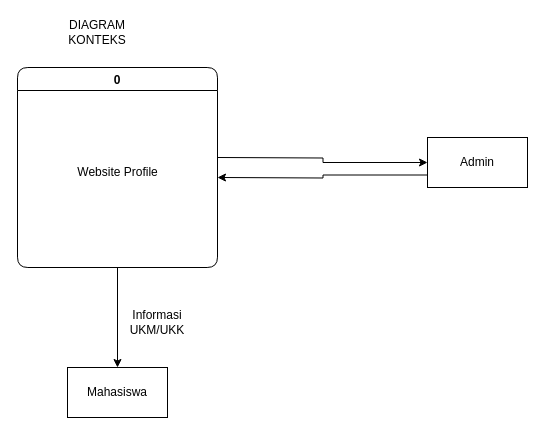
Above: dfd.drawio in Zaincode99/crud_data (draw.io), before the change. Source tidied: cells renumbered, new cells numbered last; positions are measured from the earlier drawing's top-left corner, leaving out a move shared by most shapes. Both pictures are drawn from the tidied source at 100%, with x=0, y=0 at pixel (17, 17).
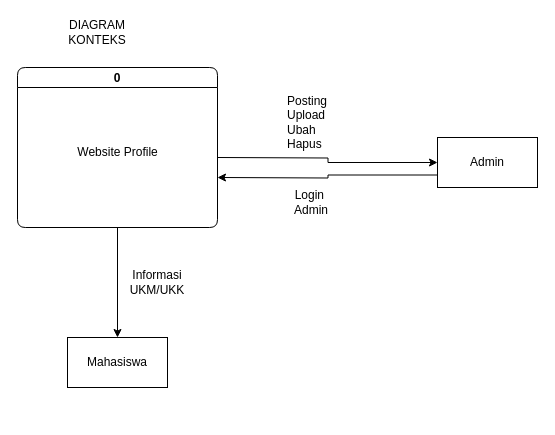
After the change.

Diff of the diagram source:
```diff
@@
 <mxGraphModel>
   <root>
     <mxCell id="0" />
     <mxCell id="1" parent="0" />
     <mxCell id="2" value="DIAGRAM KONTEKS" style="text;html=1;strokeColor=none;fillColor=none;align=center;verticalAlign=middle;whiteSpace=wrap;rounded=0;" parent="1" vertex="1">
       <mxGeometry x="50" width="60" height="30" as="geometry" />
     </mxCell>
     <mxCell id="3" style="edgeStyle=orthogonalEdgeStyle;rounded=0;jettySize=auto;html=1;entryX=0;entryY=0.5;entryDx=0;entryDy=0;" parent="1" edge="1" target="8">
       <mxGeometry relative="1" as="geometry">
         <mxPoint x="200" y="140" as="sourcePoint" />
       </mxGeometry>
     </mxCell>
     <mxCell id="4" style="edgeStyle=orthogonalEdgeStyle;rounded=0;jettySize=auto;html=1;entryX=0.5;entryY=0;entryDx=0;entryDy=0;" parent="1" edge="1" source="5" target="9">
       <mxGeometry relative="1" as="geometry" />
     </mxCell>
-    <mxCell id="5" value="0" style="swimlane;rounded=1;" parent="1" vertex="1">
-      <mxGeometry y="50" width="200" height="200" as="geometry" />
+    <mxCell id="5" value="0" style="swimlane;rounded=1;startSize=20;arcSize=13;" parent="1" vertex="1">
+      <mxGeometry y="50" width="200" height="160" as="geometry" />
     </mxCell>
     <mxCell id="6" value="Website Profile" style="text;html=1;align=center;verticalAlign=middle;strokeColor=none;fillColor=none;imageWidth=0;imageHeight=240;arcSize=120;absoluteArcSize=1;" parent="5" vertex="1">
-      <mxGeometry x="45" y="90" width="110" height="30" as="geometry" />
+      <mxGeometry x="45" y="70" width="110" height="30" as="geometry" />
     </mxCell>
     <mxCell id="7" style="edgeStyle=orthogonalEdgeStyle;rounded=0;jettySize=auto;html=1;entryX=1;entryY=0.5;entryDx=0;entryDy=0;exitX=0;exitY=0.75;exitDx=0;exitDy=0;" parent="1" edge="1" source="8">
       <mxGeometry relative="1" as="geometry">
         <mxPoint x="200" y="160" as="targetPoint" />
       </mxGeometry>
     </mxCell>
     <mxCell id="8" value="Admin" style="html=1;dashed=0;whiteSpace=wrap;" parent="1" vertex="1">
-      <mxGeometry x="410" y="120" width="100" height="50" as="geometry" />
+      <mxGeometry x="420" y="120" width="100" height="50" as="geometry" />
     </mxCell>
     <mxCell id="9" value="Mahasiswa" style="html=1;dashed=0;whiteSpace=wrap;" parent="1" vertex="1">
-      <mxGeometry x="50" y="350" width="100" height="50" as="geometry" />
+      <mxGeometry x="50" y="320" width="100" height="50" as="geometry" />
     </mxCell>
     <mxCell id="10" value="Informasi UKM/UKK" style="text;html=1;strokeColor=none;fillColor=none;align=center;verticalAlign=middle;whiteSpace=wrap;rounded=0;" parent="1" vertex="1">
-      <mxGeometry x="110" y="290" width="60" height="30" as="geometry" />
+      <mxGeometry x="110" y="250" width="60" height="30" as="geometry" />
     </mxCell>
+    <mxCell id="11" value="Posting&lt;br&gt;Upload&lt;br&gt;Ubah&lt;br&gt;Hapus&lt;br&gt;" style="text;strokeColor=none;fillColor=none;align=left;verticalAlign=middle;spacingLeft=4;spacingRight=4;overflow=hidden;whiteSpace=wrap;html=1;" parent="1" vertex="1">
+      <mxGeometry x="264" y="70" width="80" height="70" as="geometry" />
+    </mxCell>
+    <mxCell id="12" value="Login&amp;nbsp; Admin" style="text;html=1;strokeColor=none;fillColor=none;align=center;verticalAlign=middle;whiteSpace=wrap;rounded=0;" parent="1" vertex="1">
+      <mxGeometry x="264" y="170" width="60" height="30" as="geometry" />
+    </mxCell>
   </root>
 </mxGraphModel>
```
